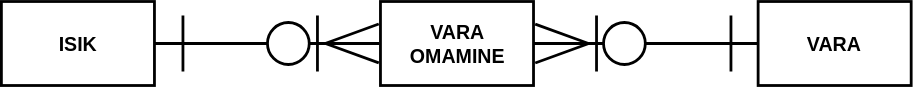
Before: pildid/Olemi_semantiline_näide.svg, a diagram exported from draw.io (Rihosepp-40B/TarkvaraArendusprotsess). Source tidied: cells renumbered, new cells last; positions are measured from the earlier drawing's top-left corner, leaving out a move shared by most shapes. Its diagram source:
```xml
<mxGraphModel>
  <root>
    <mxCell id="0" />
    <mxCell id="1" parent="0" />
    <mxCell id="2" style="line;strokeWidth=2;html=1;fontColor=light-dark(#000000,#D4AF37);strokeColor=light-dark(#000000,#D4AF37);" parent="1" vertex="1">
      <mxGeometry x="109.3" y="25" width="80.7" height="10" as="geometry" />
    </mxCell>
    <mxCell id="3" style="line;strokeWidth=2;html=1;direction=south;fontColor=light-dark(#000000,#D4AF37);strokeColor=light-dark(#000000,#D4AF37);" parent="1" vertex="1">
      <mxGeometry x="124.7" y="10" width="10" height="40" as="geometry" />
    </mxCell>
    <mxCell id="4" style="line;strokeWidth=2;html=1;direction=south;fontColor=light-dark(#000000,#D4AF37);strokeColor=light-dark(#000000,#D4AF37);" parent="1" vertex="1">
      <mxGeometry x="220.7" y="10" width="10" height="40" as="geometry" />
    </mxCell>
    <mxCell id="5" style="verticalLabelPosition=bottom;verticalAlign=top;html=1;shape=mxgraph.flowchart.on-page_reference;fillColor=none;strokeWidth=2;fontColor=light-dark(#000000,#D4AF37);strokeColor=light-dark(#000000,#D4AF37);" parent="1" vertex="1">
      <mxGeometry x="190" y="15" width="29.9" height="30" as="geometry" />
    </mxCell>
    <mxCell id="6" style="line;strokeWidth=2;html=1;fontColor=light-dark(#000000,#D4AF37);strokeColor=light-dark(#000000,#D4AF37);" parent="1" vertex="1">
      <mxGeometry x="220" y="25" width="50" height="10" as="geometry" />
    </mxCell>
    <mxCell id="7" style="line;strokeWidth=2;html=1;rotation=-20;fontColor=light-dark(#000000,#D4AF37);strokeColor=light-dark(#000000,#D4AF37);" parent="1" vertex="1">
      <mxGeometry x="230" y="18" width="40.7" height="10" as="geometry" />
    </mxCell>
    <mxCell id="8" style="line;strokeWidth=2;html=1;rotation=20;fontColor=light-dark(#000000,#D4AF37);strokeColor=light-dark(#000000,#D4AF37);" parent="1" vertex="1">
      <mxGeometry x="230.7" y="32" width="40" height="10" as="geometry" />
    </mxCell>
    <mxCell id="9" value="VARA OMAMINE" style="whiteSpace=wrap;html=1;align=center;fontColor=light-dark(#000000,#D4AF37);strokeColor=light-dark(#000000,#D4AF37);strokeWidth=2;fontSize=14;fontStyle=1;fillColor=none;" parent="1" vertex="1">
      <mxGeometry x="270.7" width="109.3" height="60" as="geometry" />
    </mxCell>
    <mxCell id="10" value="ISIK" style="whiteSpace=wrap;html=1;align=center;fontColor=light-dark(#000000,#D4AF37);strokeColor=light-dark(#000000,#D4AF37);strokeWidth=2;fontSize=14;fontStyle=1;fillColor=none;" parent="1" vertex="1">
      <mxGeometry width="109.3" height="60" as="geometry" />
    </mxCell>
    <mxCell id="11" value="VARA" style="whiteSpace=wrap;html=1;align=center;fontColor=light-dark(#000000,#D4AF37);strokeColor=light-dark(#000000,#D4AF37);strokeWidth=2;fontSize=14;fontStyle=1;fillColor=none;" parent="1" vertex="1">
      <mxGeometry x="540.4" width="109.3" height="60" as="geometry" />
    </mxCell>
    <mxCell id="12" style="group;flipH=0;flipV=1;rotation=-180;" parent="1" vertex="1">
      <mxGeometry x="379" y="10" width="161.9" height="40" as="geometry" />
    </mxCell>
    <mxCell id="13" style="line;strokeWidth=2;html=1;fontColor=light-dark(#000000,#D4AF37);strokeColor=light-dark(#000000,#D4AF37);rotation=-180;" parent="12" vertex="1">
      <mxGeometry x="81" y="15" width="80.7" height="10" as="geometry" />
    </mxCell>
    <mxCell id="14" style="line;strokeWidth=2;html=1;direction=south;fontColor=light-dark(#000000,#D4AF37);strokeColor=light-dark(#000000,#D4AF37);rotation=-180;" parent="12" vertex="1">
      <mxGeometry x="137" width="10" height="40" as="geometry" />
    </mxCell>
    <mxCell id="15" style="line;strokeWidth=2;html=1;direction=south;fontColor=light-dark(#000000,#D4AF37);strokeColor=light-dark(#000000,#D4AF37);rotation=-180;" parent="12" vertex="1">
      <mxGeometry x="41" width="10" height="40" as="geometry" />
    </mxCell>
    <mxCell id="16" style="verticalLabelPosition=bottom;verticalAlign=top;html=1;shape=mxgraph.flowchart.on-page_reference;fillColor=none;strokeWidth=2;fontColor=light-dark(#000000,#D4AF37);strokeColor=light-dark(#000000,#D4AF37);rotation=-180;" parent="12" vertex="1">
      <mxGeometry x="51" y="5" width="29.9" height="30" as="geometry" />
    </mxCell>
    <mxCell id="17" style="line;strokeWidth=2;html=1;fontColor=light-dark(#000000,#D4AF37);strokeColor=light-dark(#000000,#D4AF37);rotation=-180;" parent="12" vertex="1">
      <mxGeometry x="1" y="15" width="50" height="10" as="geometry" />
    </mxCell>
    <mxCell id="18" style="line;strokeWidth=2;html=1;rotation=-200;fontColor=light-dark(#000000,#D4AF37);strokeColor=light-dark(#000000,#D4AF37);" parent="12" vertex="1">
      <mxGeometry x="1" y="22" width="40.7" height="10" as="geometry" />
    </mxCell>
    <mxCell id="19" style="line;strokeWidth=2;html=1;rotation=-160;fontColor=light-dark(#000000,#D4AF37);strokeColor=light-dark(#000000,#D4AF37);" parent="12" vertex="1">
      <mxGeometry x="1" y="8" width="40" height="10" as="geometry" />
    </mxCell>
  </root>
</mxGraphModel>
```
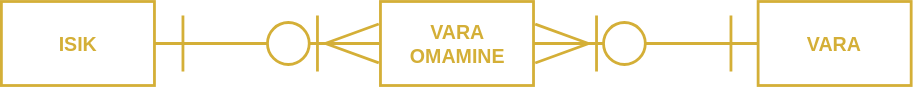
Later version of the same file.

Diff of the diagram source:
```diff
@@ -2,58 +2,58 @@
   <root>
     <mxCell id="0" />
     <mxCell id="1" parent="0" />
-    <mxCell id="2" style="line;strokeWidth=2;html=1;fontColor=light-dark(#000000,#D4AF37);strokeColor=light-dark(#000000,#D4AF37);" parent="1" vertex="1">
+    <mxCell id="2" style="line;strokeWidth=2;html=1;fontColor=light-dark(#D4AF37,#D4AF37);strokeColor=light-dark(#D4AF37,#D4AF37);" parent="1" vertex="1">
       <mxGeometry x="109.3" y="25" width="80.7" height="10" as="geometry" />
     </mxCell>
-    <mxCell id="3" style="line;strokeWidth=2;html=1;direction=south;fontColor=light-dark(#000000,#D4AF37);strokeColor=light-dark(#000000,#D4AF37);" parent="1" vertex="1">
+    <mxCell id="3" style="line;strokeWidth=2;html=1;direction=south;fontColor=light-dark(#D4AF37,#D4AF37);strokeColor=light-dark(#D4AF37,#D4AF37);" parent="1" vertex="1">
       <mxGeometry x="124.7" y="10" width="10" height="40" as="geometry" />
     </mxCell>
-    <mxCell id="4" style="line;strokeWidth=2;html=1;direction=south;fontColor=light-dark(#000000,#D4AF37);strokeColor=light-dark(#000000,#D4AF37);" parent="1" vertex="1">
+    <mxCell id="4" style="line;strokeWidth=2;html=1;direction=south;fontColor=light-dark(#D4AF37,#D4AF37);strokeColor=light-dark(#D4AF37,#D4AF37);" parent="1" vertex="1">
       <mxGeometry x="220.7" y="10" width="10" height="40" as="geometry" />
     </mxCell>
-    <mxCell id="5" style="verticalLabelPosition=bottom;verticalAlign=top;html=1;shape=mxgraph.flowchart.on-page_reference;fillColor=none;strokeWidth=2;fontColor=light-dark(#000000,#D4AF37);strokeColor=light-dark(#000000,#D4AF37);" parent="1" vertex="1">
+    <mxCell id="5" style="verticalLabelPosition=bottom;verticalAlign=top;html=1;shape=mxgraph.flowchart.on-page_reference;fillColor=none;strokeWidth=2;fontColor=light-dark(#D4AF37,#D4AF37);strokeColor=light-dark(#D4AF37,#D4AF37);" parent="1" vertex="1">
       <mxGeometry x="190" y="15" width="29.9" height="30" as="geometry" />
     </mxCell>
-    <mxCell id="6" style="line;strokeWidth=2;html=1;fontColor=light-dark(#000000,#D4AF37);strokeColor=light-dark(#000000,#D4AF37);" parent="1" vertex="1">
+    <mxCell id="6" style="line;strokeWidth=2;html=1;fontColor=light-dark(#D4AF37,#D4AF37);strokeColor=light-dark(#D4AF37,#D4AF37);" parent="1" vertex="1">
       <mxGeometry x="220" y="25" width="50" height="10" as="geometry" />
     </mxCell>
-    <mxCell id="7" style="line;strokeWidth=2;html=1;rotation=-20;fontColor=light-dark(#000000,#D4AF37);strokeColor=light-dark(#000000,#D4AF37);" parent="1" vertex="1">
+    <mxCell id="7" style="line;strokeWidth=2;html=1;rotation=-20;fontColor=light-dark(#D4AF37,#D4AF37);strokeColor=light-dark(#D4AF37,#D4AF37);" parent="1" vertex="1">
       <mxGeometry x="230" y="18" width="40.7" height="10" as="geometry" />
     </mxCell>
-    <mxCell id="8" style="line;strokeWidth=2;html=1;rotation=20;fontColor=light-dark(#000000,#D4AF37);strokeColor=light-dark(#000000,#D4AF37);" parent="1" vertex="1">
+    <mxCell id="8" style="line;strokeWidth=2;html=1;rotation=20;fontColor=light-dark(#D4AF37,#D4AF37);strokeColor=light-dark(#D4AF37,#D4AF37);" parent="1" vertex="1">
       <mxGeometry x="230.7" y="32" width="40" height="10" as="geometry" />
     </mxCell>
-    <mxCell id="9" value="VARA OMAMINE" style="whiteSpace=wrap;html=1;align=center;fontColor=light-dark(#000000,#D4AF37);strokeColor=light-dark(#000000,#D4AF37);strokeWidth=2;fontSize=14;fontStyle=1;fillColor=none;" parent="1" vertex="1">
+    <mxCell id="9" value="VARA OMAMINE" style="whiteSpace=wrap;html=1;align=center;fontColor=light-dark(#D4AF37,#D4AF37);strokeColor=light-dark(#D4AF37,#D4AF37);strokeWidth=2;fontSize=14;fontStyle=1;fillColor=none;" parent="1" vertex="1">
       <mxGeometry x="270.7" width="109.3" height="60" as="geometry" />
     </mxCell>
-    <mxCell id="10" value="ISIK" style="whiteSpace=wrap;html=1;align=center;fontColor=light-dark(#000000,#D4AF37);strokeColor=light-dark(#000000,#D4AF37);strokeWidth=2;fontSize=14;fontStyle=1;fillColor=none;" parent="1" vertex="1">
+    <mxCell id="10" value="ISIK" style="whiteSpace=wrap;html=1;align=center;fontColor=light-dark(#D4AF37,#D4AF37);strokeColor=light-dark(#D4AF37,#D4AF37);strokeWidth=2;fontSize=14;fontStyle=1;fillColor=none;" parent="1" vertex="1">
       <mxGeometry width="109.3" height="60" as="geometry" />
     </mxCell>
-    <mxCell id="11" value="VARA" style="whiteSpace=wrap;html=1;align=center;fontColor=light-dark(#000000,#D4AF37);strokeColor=light-dark(#000000,#D4AF37);strokeWidth=2;fontSize=14;fontStyle=1;fillColor=none;" parent="1" vertex="1">
+    <mxCell id="11" value="VARA" style="whiteSpace=wrap;html=1;align=center;fontColor=light-dark(#D4AF37,#D4AF37);strokeColor=light-dark(#D4AF37,#D4AF37);strokeWidth=2;fontSize=14;fontStyle=1;fillColor=none;" parent="1" vertex="1">
       <mxGeometry x="540.4" width="109.3" height="60" as="geometry" />
     </mxCell>
-    <mxCell id="12" style="group;flipH=0;flipV=1;rotation=-180;" parent="1" vertex="1">
+    <mxCell id="12" style="group;flipH=0;flipV=1;rotation=-180;strokeColor=none;fontColor=light-dark(#D4AF37,#D4AF37);" parent="1" vertex="1">
       <mxGeometry x="379" y="10" width="161.9" height="40" as="geometry" />
     </mxCell>
-    <mxCell id="13" style="line;strokeWidth=2;html=1;fontColor=light-dark(#000000,#D4AF37);strokeColor=light-dark(#000000,#D4AF37);rotation=-180;" parent="12" vertex="1">
+    <mxCell id="13" style="line;strokeWidth=2;html=1;fontColor=light-dark(#D4AF37,#D4AF37);strokeColor=light-dark(#D4AF37,#D4AF37);rotation=-180;" parent="12" vertex="1">
       <mxGeometry x="81" y="15" width="80.7" height="10" as="geometry" />
     </mxCell>
-    <mxCell id="14" style="line;strokeWidth=2;html=1;direction=south;fontColor=light-dark(#000000,#D4AF37);strokeColor=light-dark(#000000,#D4AF37);rotation=-180;" parent="12" vertex="1">
+    <mxCell id="14" style="line;strokeWidth=2;html=1;direction=south;fontColor=light-dark(#D4AF37,#D4AF37);strokeColor=light-dark(#D4AF37,#D4AF37);rotation=-180;" parent="12" vertex="1">
       <mxGeometry x="137" width="10" height="40" as="geometry" />
     </mxCell>
-    <mxCell id="15" style="line;strokeWidth=2;html=1;direction=south;fontColor=light-dark(#000000,#D4AF37);strokeColor=light-dark(#000000,#D4AF37);rotation=-180;" parent="12" vertex="1">
+    <mxCell id="15" style="line;strokeWidth=2;html=1;direction=south;fontColor=light-dark(#D4AF37,#D4AF37);strokeColor=light-dark(#D4AF37,#D4AF37);rotation=-180;" parent="12" vertex="1">
       <mxGeometry x="41" width="10" height="40" as="geometry" />
     </mxCell>
-    <mxCell id="16" style="verticalLabelPosition=bottom;verticalAlign=top;html=1;shape=mxgraph.flowchart.on-page_reference;fillColor=none;strokeWidth=2;fontColor=light-dark(#000000,#D4AF37);strokeColor=light-dark(#000000,#D4AF37);rotation=-180;" parent="12" vertex="1">
+    <mxCell id="16" style="verticalLabelPosition=bottom;verticalAlign=top;html=1;shape=mxgraph.flowchart.on-page_reference;fillColor=none;strokeWidth=2;fontColor=light-dark(#D4AF37,#D4AF37);strokeColor=light-dark(#D4AF37,#D4AF37);rotation=-180;" parent="12" vertex="1">
       <mxGeometry x="51" y="5" width="29.9" height="30" as="geometry" />
     </mxCell>
-    <mxCell id="17" style="line;strokeWidth=2;html=1;fontColor=light-dark(#000000,#D4AF37);strokeColor=light-dark(#000000,#D4AF37);rotation=-180;" parent="12" vertex="1">
+    <mxCell id="17" style="line;strokeWidth=2;html=1;fontColor=light-dark(#D4AF37,#D4AF37);strokeColor=light-dark(#D4AF37,#D4AF37);rotation=-180;" parent="12" vertex="1">
       <mxGeometry x="1" y="15" width="50" height="10" as="geometry" />
     </mxCell>
-    <mxCell id="18" style="line;strokeWidth=2;html=1;rotation=-200;fontColor=light-dark(#000000,#D4AF37);strokeColor=light-dark(#000000,#D4AF37);" parent="12" vertex="1">
+    <mxCell id="18" style="line;strokeWidth=2;html=1;rotation=-200;fontColor=light-dark(#D4AF37,#D4AF37);strokeColor=light-dark(#D4AF37,#D4AF37);" parent="12" vertex="1">
       <mxGeometry x="1" y="22" width="40.7" height="10" as="geometry" />
     </mxCell>
-    <mxCell id="19" style="line;strokeWidth=2;html=1;rotation=-160;fontColor=light-dark(#000000,#D4AF37);strokeColor=light-dark(#000000,#D4AF37);" parent="12" vertex="1">
+    <mxCell id="19" style="line;strokeWidth=2;html=1;rotation=-160;fontColor=light-dark(#D4AF37,#D4AF37);strokeColor=light-dark(#D4AF37,#D4AF37);" parent="12" vertex="1">
       <mxGeometry x="1" y="8" width="40" height="10" as="geometry" />
     </mxCell>
   </root>
```
